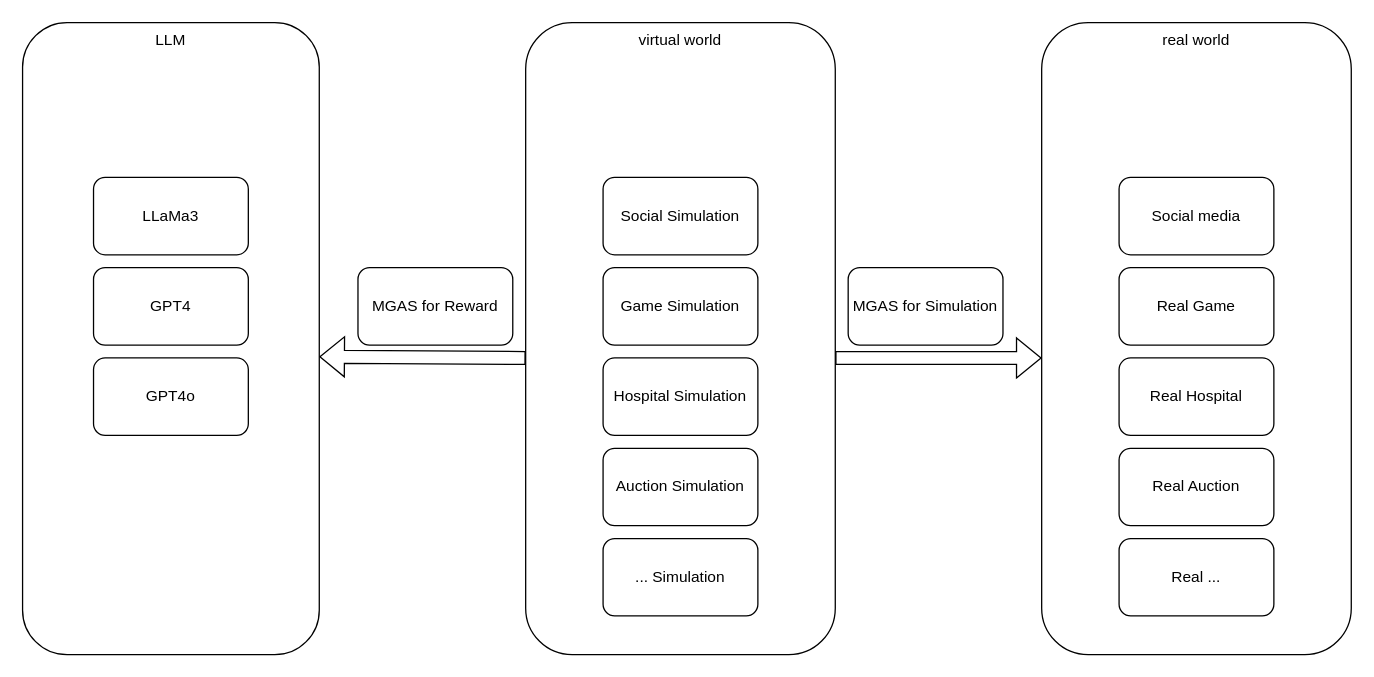
This is page "Application" (6 of 6) of Sim_Survey.drawio from bianhua-12/Multi-generative_Agent_System_survey, a draw.io file, before an edit. Source tidied: cells renumbered, new cells numbered last; positions are measured from the earlier drawing's top-left corner, leaving out a move shared by most shapes. Both pictures are drawn from the tidied source at 129%, with x=0, y=0 at pixel (22, 22).
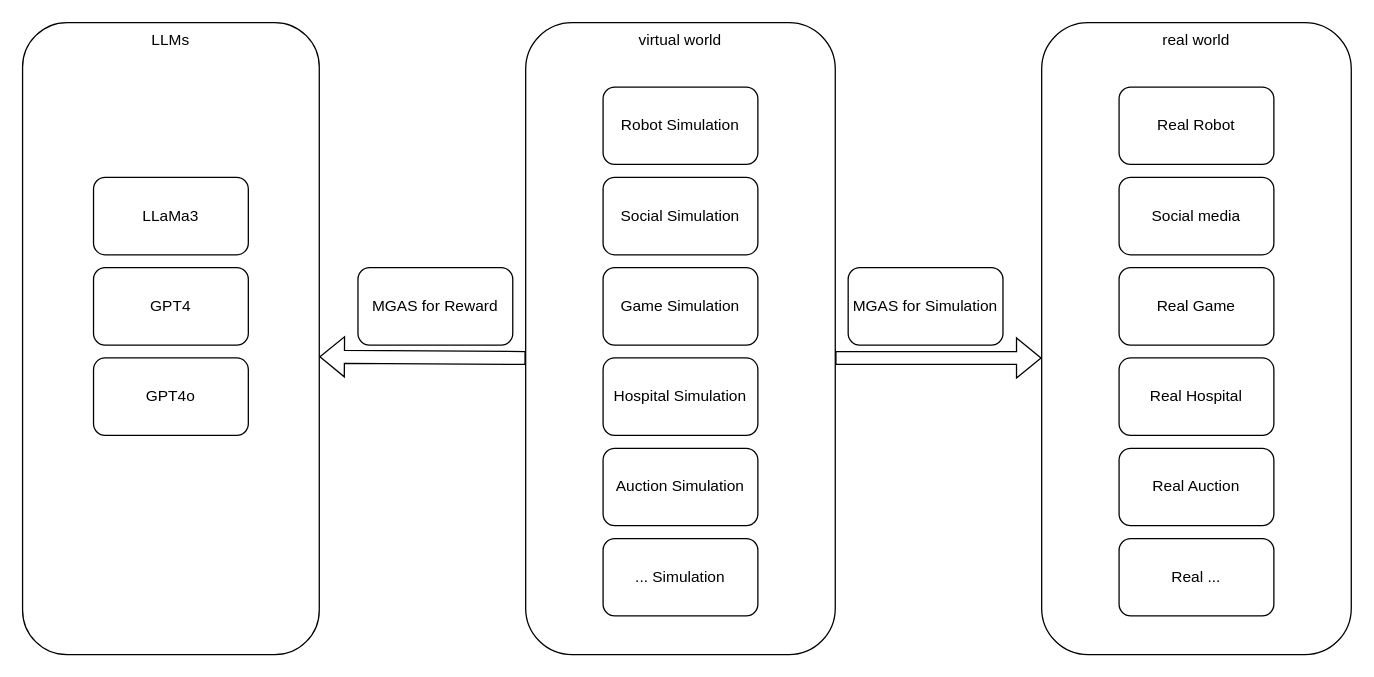
The same page after the edit.

Diff of the diagram source:
```diff
@@
-    <mxCell id="9" value="LLM" style="rounded=1;whiteSpace=wrap;html=1;verticalAlign=top;" parent="1" vertex="1">
+    <mxCell id="9" value="LLMs" style="rounded=1;whiteSpace=wrap;html=1;verticalAlign=top;" parent="1" vertex="1">
       <mxGeometry width="230" height="490" as="geometry" />
     </mxCell>
@@
+    <mxCell id="22" value="Robot Simulation" style="rounded=1;whiteSpace=wrap;html=1;" parent="1" vertex="1">
+      <mxGeometry x="450" y="50" width="120" height="60" as="geometry" />
+    </mxCell>
+    <mxCell id="23" value="Real Robot" style="rounded=1;whiteSpace=wrap;html=1;" parent="1" vertex="1">
+      <mxGeometry x="850" y="50" width="120" height="60" as="geometry" />
+    </mxCell>
```
